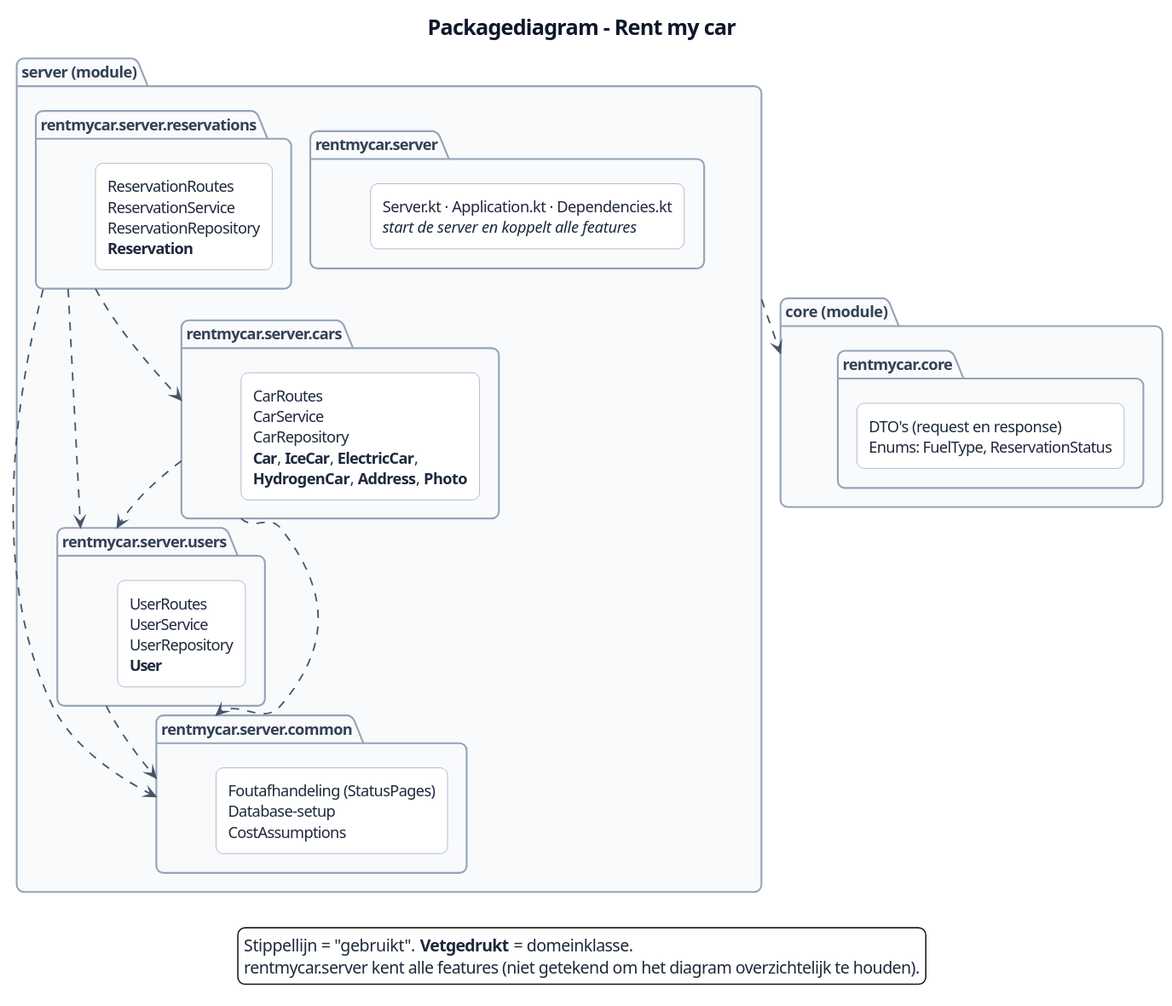
This is docs/images/package-diagram.svg from ThimoHarte/RentMyCar, a PlantUML export, as it was before one commit. Source of this version:
```plantuml
@startuml
!pragma layout smetana
!include style.iuml

title Packagediagram - Rent my car

skinparam packageStyle folder
skinparam linetype polyline

package "server (module)" as serverModule {

  package "rentmycar.server" as root {
    rectangle "Server.kt · Application.kt · Dependencies.kt\n<i>start de server en koppelt alle features</i>" as boot
  }

  package "rentmycar.server.reservations" as reservations {
    rectangle "ReservationRoutes\nReservationService\nReservationRepository\n<b>Reservation</b>" as reservationsContent
  }

  package "rentmycar.server.cars" as cars {
    rectangle "CarRoutes\nCarService\nCarRepository\n<b>Car</b>, <b>IceCar</b>, <b>ElectricCar</b>,\n<b>HydrogenCar</b>, <b>Address</b>, <b>Photo</b>" as carsContent
  }

  package "rentmycar.server.users" as users {
    rectangle "UserRoutes\nUserService\nUserRepository\n<b>User</b>" as usersContent
  }

  package "rentmycar.server.common" as common {
    rectangle "Foutafhandeling (StatusPages)\nDatabase-setup\nCostAssumptions" as commonContent
  }
}

package "core (module)" as coreModule {
  package "rentmycar.core" as core {
    rectangle "DTO's (request en response)\nEnums: FuelType, ReservationStatus" as coreContent
  }
}

root -[hidden]down- cars
reservations -[hidden]right- cars
cars -[hidden]right- users
cars -[hidden]down- common

reservations ..> cars
cars ..> users
reservations ..> users

reservations ..> common
cars ..> common
users ..> common

serverModule ..> coreModule

legend bottom
  Stippellijn = "gebruikt". <b>Vetgedrukt</b> = domeinklasse.
  rentmycar.server kent alle features (niet getekend om het diagram overzichtelijk te houden).
endlegend
@enduml
```
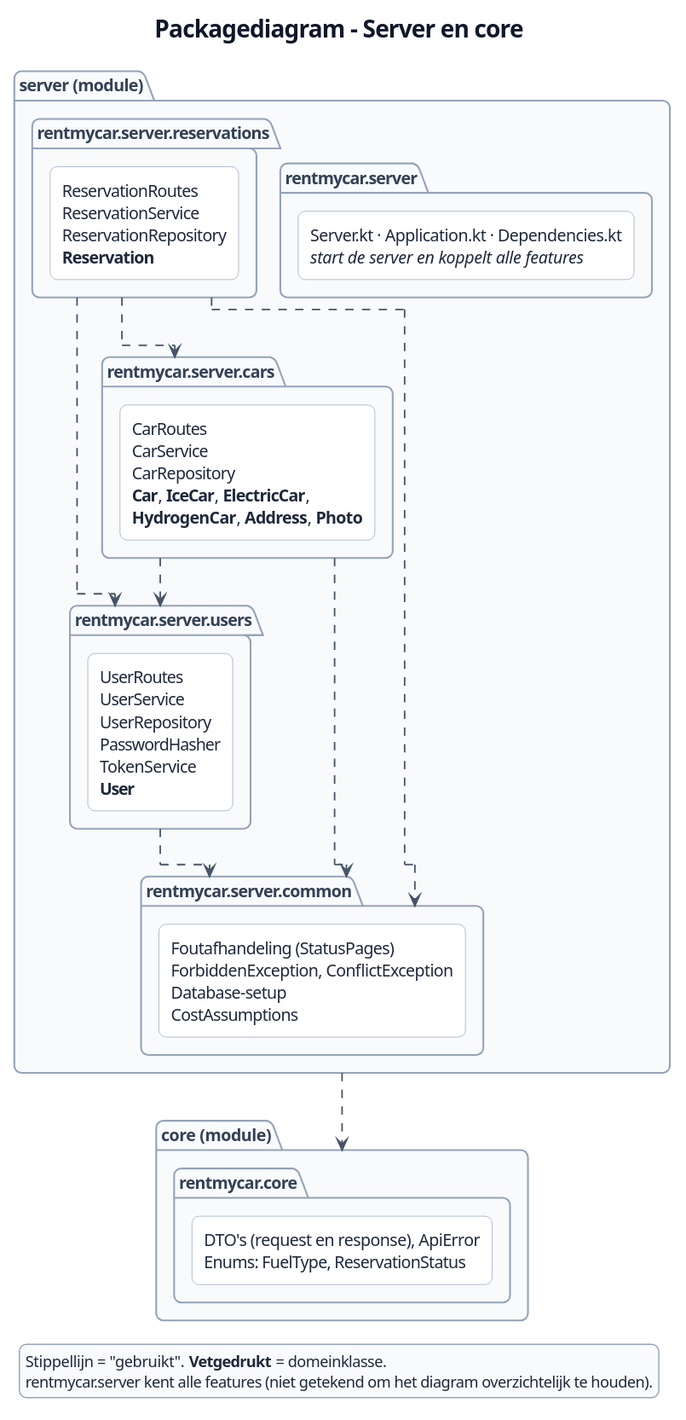
Above is the later version.

Change to the diagram source:
```diff
@@ -1,8 +1,8 @@
 @startuml
-!pragma layout smetana
 !include style.iuml
+!pragma layout elk
 
-title Packagediagram - Rent my car
+title Packagediagram - Server en core
 
 skinparam packageStyle folder
 skinparam linetype polyline
@@ -22,17 +22,17 @@
   }
 
   package "rentmycar.server.users" as users {
-    rectangle "UserRoutes\nUserService\nUserRepository\n<b>User</b>" as usersContent
+    rectangle "UserRoutes\nUserService\nUserRepository\nPasswordHasher\nTokenService\n<b>User</b>" as usersContent
   }
 
   package "rentmycar.server.common" as common {
-    rectangle "Foutafhandeling (StatusPages)\nDatabase-setup\nCostAssumptions" as commonContent
+    rectangle "Foutafhandeling (StatusPages)\nForbiddenException, ConflictException\nDatabase-setup\nCostAssumptions" as commonContent
   }
 }
 
 package "core (module)" as coreModule {
   package "rentmycar.core" as core {
-    rectangle "DTO's (request en response)\nEnums: FuelType, ReservationStatus" as coreContent
+    rectangle "DTO's (request en response), ApiError\nEnums: FuelType, ReservationStatus" as coreContent
   }
 }
 
```
